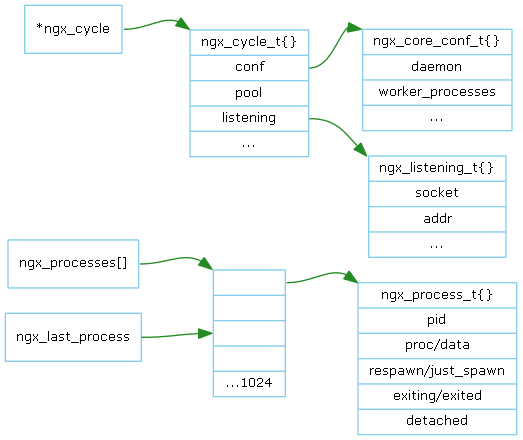
This is doc/Graph/process_model/data_structure.png from lingjf/nginx_analyse, a Graphviz export, as it was before one commit. Its source is kept beside it as doc/Graph/process_model/data_structure.gv.
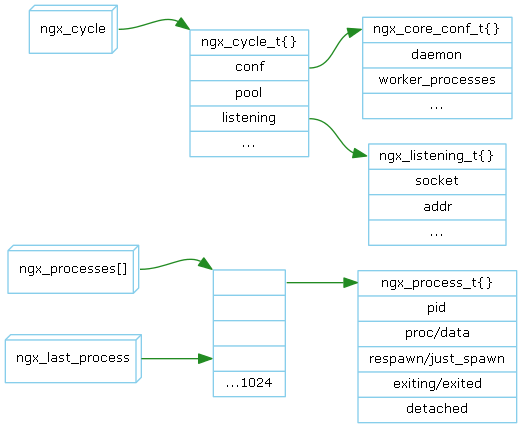
After the change.

Diff of the diagram source:
```diff
@@ -3,21 +3,21 @@
    node [shape=record, color=skyblue, fontname="Verdana", fontsize=10];
    edge [color=forestgreen, fontname="Verdana", fontsize=10];
 
-   ngx_processes [label="ngx_processes[]"];
-   ngx_last_process [label="ngx_last_process"];
-   ngx_processes_array [label="<1>|<2>|<3>||...1024"];
-   ngx_process_t [label="ngx_process_t\{\}|<pid>pid|<proc>proc/data|respawn/just_spawn|exiting/exited|detached"];
+   ngx_processes [shape="box3d", label="ngx_processes[]"];
+   ngx_last_process [shape="box3d", label="ngx_last_process"];
+   ngx_processes_array [label="<1>|<2>||<3>|...1024"];
+   ngx_process_t [label="<h>ngx_process_t\{\}|<pid>pid|<proc>proc/data|respawn/just_spawn|exiting/exited|detached"];
 
    ngx_processes:e -> ngx_processes_array:nw;
    ngx_last_process:e -> ngx_processes_array:3;
-   ngx_processes_array:1 -> ngx_process_t:nw;
+   ngx_processes_array:1 -> ngx_process_t:h;
 
-   ngx_cycle [label="*ngx_cycle"];
-   ngx_cycle_t [label="ngx_cycle_t\{\}|<conf>conf|pool|<listening>listening|..."];
-   ngx_core_conf_t [label="ngx_core_conf_t\{\}|<daemon>daemon|<worker_processes>worker_processes|..."];
-   ngx_listening_t [label="ngx_listening_t\{\}|socket|addr|..."];
+   ngx_cycle [shape="box3d", label="ngx_cycle"];
+   ngx_cycle_t [label="<h>ngx_cycle_t\{\}|<conf>conf|pool|<listening>listening|..."];
+   ngx_core_conf_t [label="<h>ngx_core_conf_t\{\}|<daemon>daemon|<worker_processes>worker_processes|..."];
+   ngx_listening_t [label="<h>ngx_listening_t\{\}|socket|addr|..."];
 
    ngx_cycle:e->ngx_cycle_t:nw;
-   ngx_cycle_t:conf -> ngx_core_conf_t:nw;
-   ngx_cycle_t:listening -> ngx_listening_t:nw;
+   ngx_cycle_t:conf -> ngx_core_conf_t:h;
+   ngx_cycle_t:listening -> ngx_listening_t:h;
 }
```
